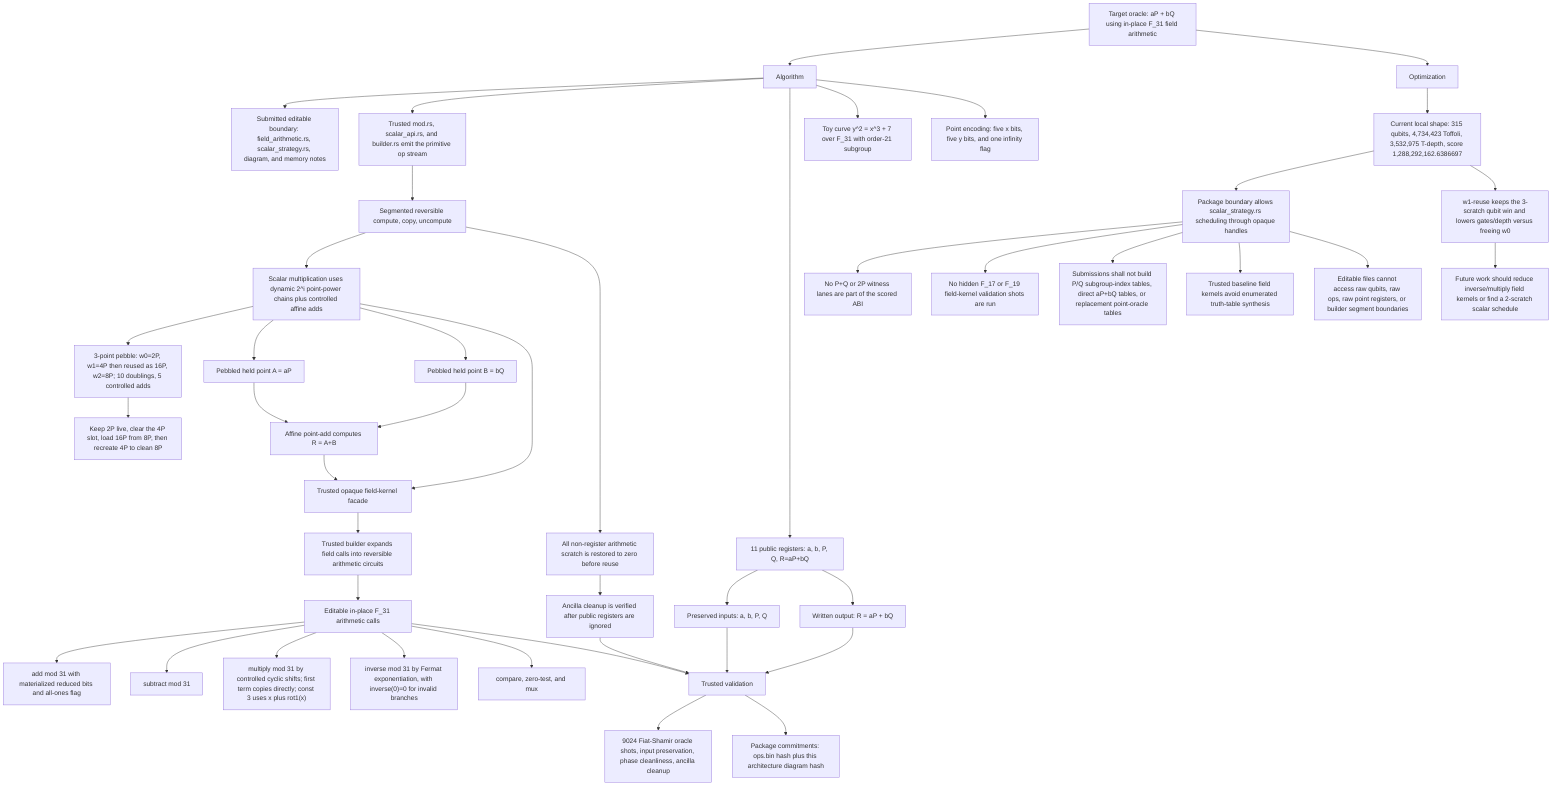
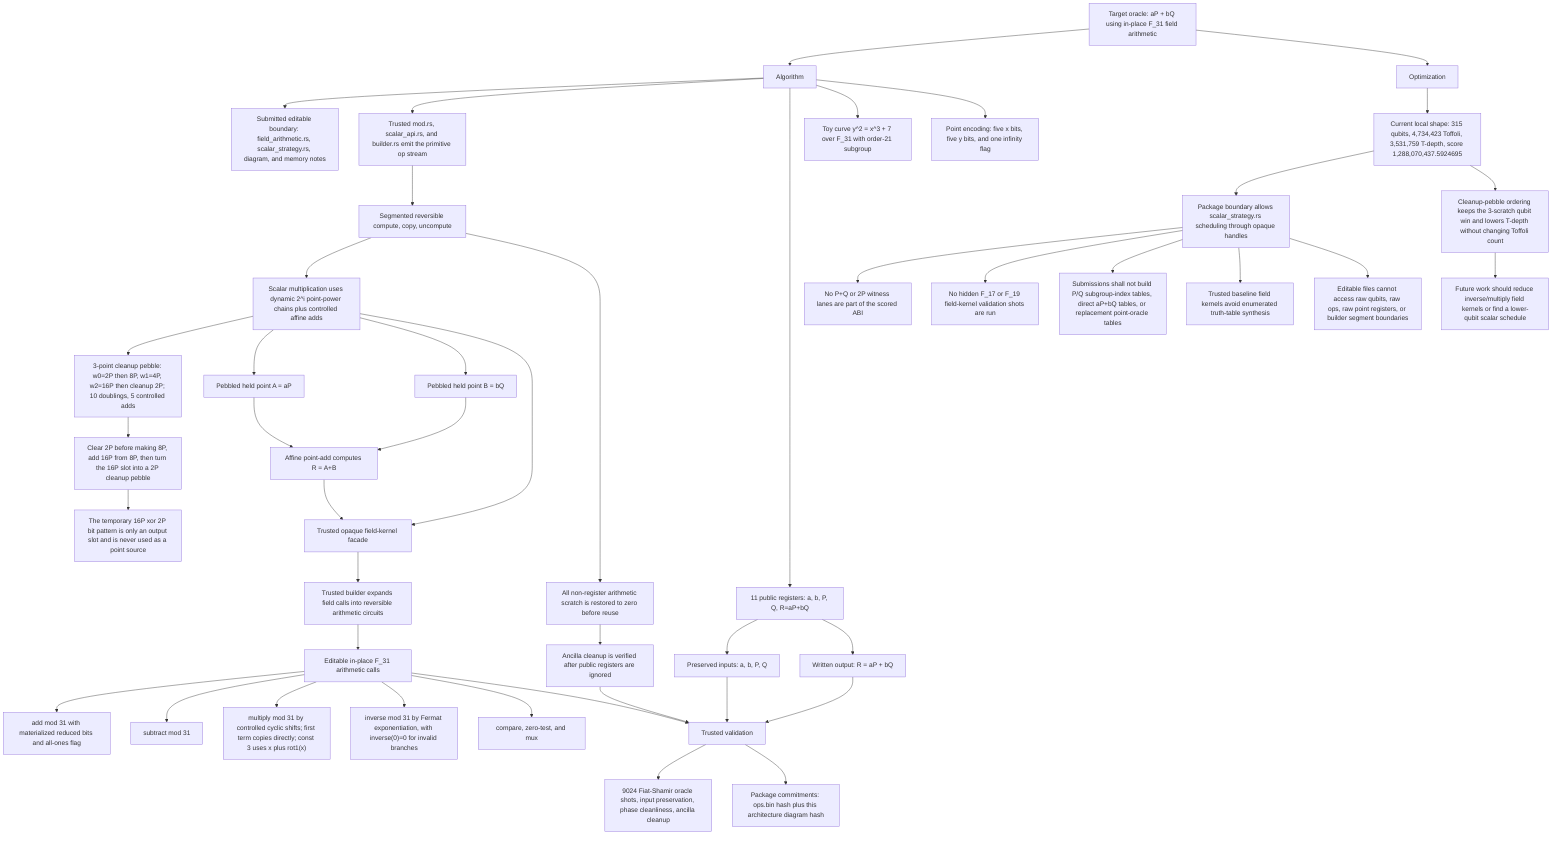
flowchart TD
  Target["Target oracle: aP + bQ using in-place F_31 field arithmetic"]
  Algorithm["Algorithm"]
  Optimization["Optimization"]

  Target --> Algorithm
  Target --> Optimization

  Algorithm --> Boundary["Submitted editable boundary: field_arithmetic.rs, scalar_strategy.rs, diagram, and memory notes"]
  Algorithm --> Build["Trusted mod.rs, scalar_api.rs, and builder.rs emit the primitive op stream"]
  Algorithm --> Registers["11 public registers: a, b, P, Q, R=aP+bQ"]
  Algorithm --> Curve["Toy curve y^2 = x^3 + 7 over F_31 with order-21 subgroup"]
  Algorithm --> Encoding["Point encoding: five x bits, five y bits, and one infinity flag"]

  Registers --> Preserve["Preserved inputs: a, b, P, Q"]
  Registers --> Outputs["Written output: R = aP + bQ"]

  Build --> Segment["Segmented reversible compute, copy, uncompute"]
  Segment --> ScalarPoint["Scalar multiplication uses dynamic 2^i point-power chains plus controlled affine adds"]
-   ScalarPoint --> PowerChain["3-point pebble: w0=2P, w1=4P then reused as 16P, w2=8P; 10 doublings, 5 controlled adds"]
-   PowerChain --> Recycle["Keep 2P live, clear the 4P slot, load 16P from 8P, then recreate 4P to clean 8P"]
+   ScalarPoint --> PowerChain["3-point cleanup pebble: w0=2P then 8P, w1=4P, w2=16P then cleanup 2P; 10 doublings, 5 controlled adds"]
+   PowerChain --> Recycle["Clear 2P before making 8P, add 16P from 8P, then turn the 16P slot into a 2P cleanup pebble"]
+   Recycle --> InvalidPark["The temporary 16P xor 2P bit pattern is only an output slot and is never used as a point source"]
  ScalarPoint --> ScalarA["Pebbled held point A = aP"]
  ScalarPoint --> ScalarB["Pebbled held point B = bQ"]
  ScalarA --> PointAdd["Affine point-add computes R = A+B"]
  ScalarB --> PointAdd

  PointAdd --> FieldFacade["Trusted opaque field-kernel facade"]
  FieldFacade --> BuilderCircuits["Trusted builder expands field calls into reversible arithmetic circuits"]
  BuilderCircuits --> FieldArithmetic["Editable in-place F_31 arithmetic calls"]
  ScalarPoint --> FieldFacade
  FieldArithmetic --> FieldAdd["add mod 31 with materialized reduced bits and all-ones flag"]
  FieldArithmetic --> FieldSub["subtract mod 31"]
  FieldArithmetic --> FieldMul["multiply mod 31 by controlled cyclic shifts; first term copies directly; const 3 uses x plus rot1(x)"]
  FieldArithmetic --> FieldInv["inverse mod 31 by Fermat exponentiation, with inverse(0)=0 for invalid branches"]
  FieldArithmetic --> FieldMux["compare, zero-test, and mux"]

  Segment --> Cleanup["All non-register arithmetic scratch is restored to zero before reuse"]
  Cleanup --> Ancilla["Ancilla cleanup is verified after public registers are ignored"]

-   Optimization --> CurrentShape["Current local shape: 315 qubits, 4,734,423 Toffoli, 3,532,975 T-depth, score 1,288,292,162.6386697"]
+   Optimization --> CurrentShape["Current local shape: 315 qubits, 4,734,423 Toffoli, 3,531,759 T-depth, score 1,288,070,437.5924695"]
  CurrentShape --> Contract["Package boundary allows scalar_strategy.rs scheduling through opaque handles"]
  Contract --> NoPublicWitness["No P+Q or 2P witness lanes are part of the scored ABI"]
  Contract --> NoHiddenWitness["No hidden F_17 or F_19 field-kernel validation shots are run"]
  Contract --> NoLookupTables["Submissions shall not build P/Q subgroup-index tables, direct aP+bQ tables, or replacement point-oracle tables"]
  Contract --> NoFieldTruthTables["Trusted baseline field kernels avoid enumerated truth-table synthesis"]
  Contract --> NoRawBuilder["Editable files cannot access raw qubits, raw ops, raw point registers, or builder segment boundaries"]
-   CurrentShape --> Tradeoff["w1-reuse keeps the 3-scratch qubit win and lowers gates/depth versus freeing w0"]
-   Tradeoff --> ReplaceLater["Future work should reduce inverse/multiply field kernels or find a 2-scratch scalar schedule"]
+   CurrentShape --> Tradeoff["Cleanup-pebble ordering keeps the 3-scratch qubit win and lowers T-depth without changing Toffoli count"]
+   Tradeoff --> ReplaceLater["Future work should reduce inverse/multiply field kernels or find a lower-qubit scalar schedule"]

  Preserve --> Validation["Trusted validation"]
  Outputs --> Validation
  FieldArithmetic --> Validation
  Ancilla --> Validation
  Validation --> Checks["9024 Fiat-Shamir oracle shots, input preservation, phase cleanliness, ancilla cleanup"]
  Validation --> Commitments["Package commitments: ops.bin hash plus this architecture diagram hash"]
